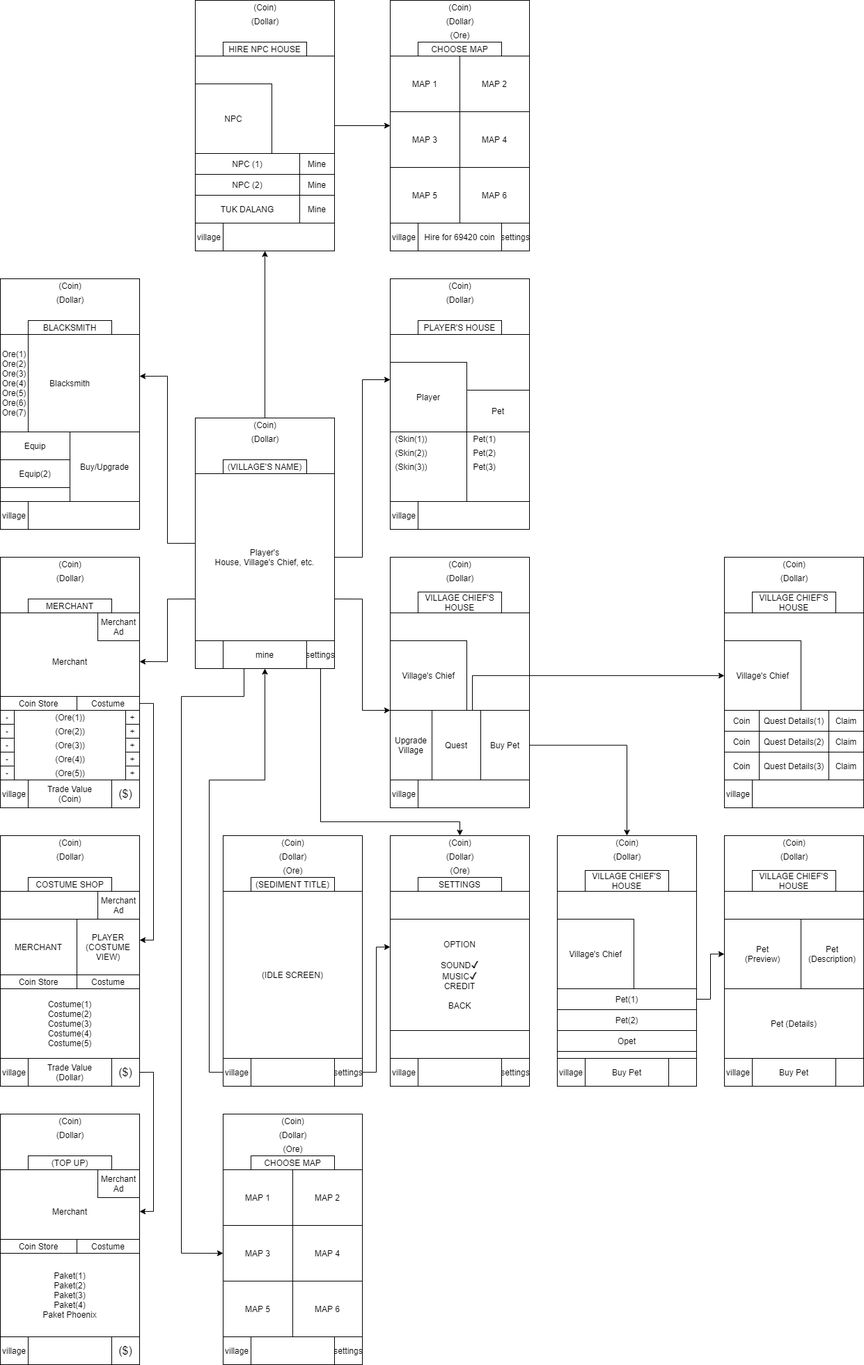
The draw.io diagram Assets/Images/Mining Idle Assets/UI Artist/Flow UI Drawio.png in exian1992/extralife-uajsi-2020-2, before a commit. Source tidied: cells renumbered, new cells last; positions are measured from the earlier drawing's top-left corner, leaving out a move shared by most shapes.
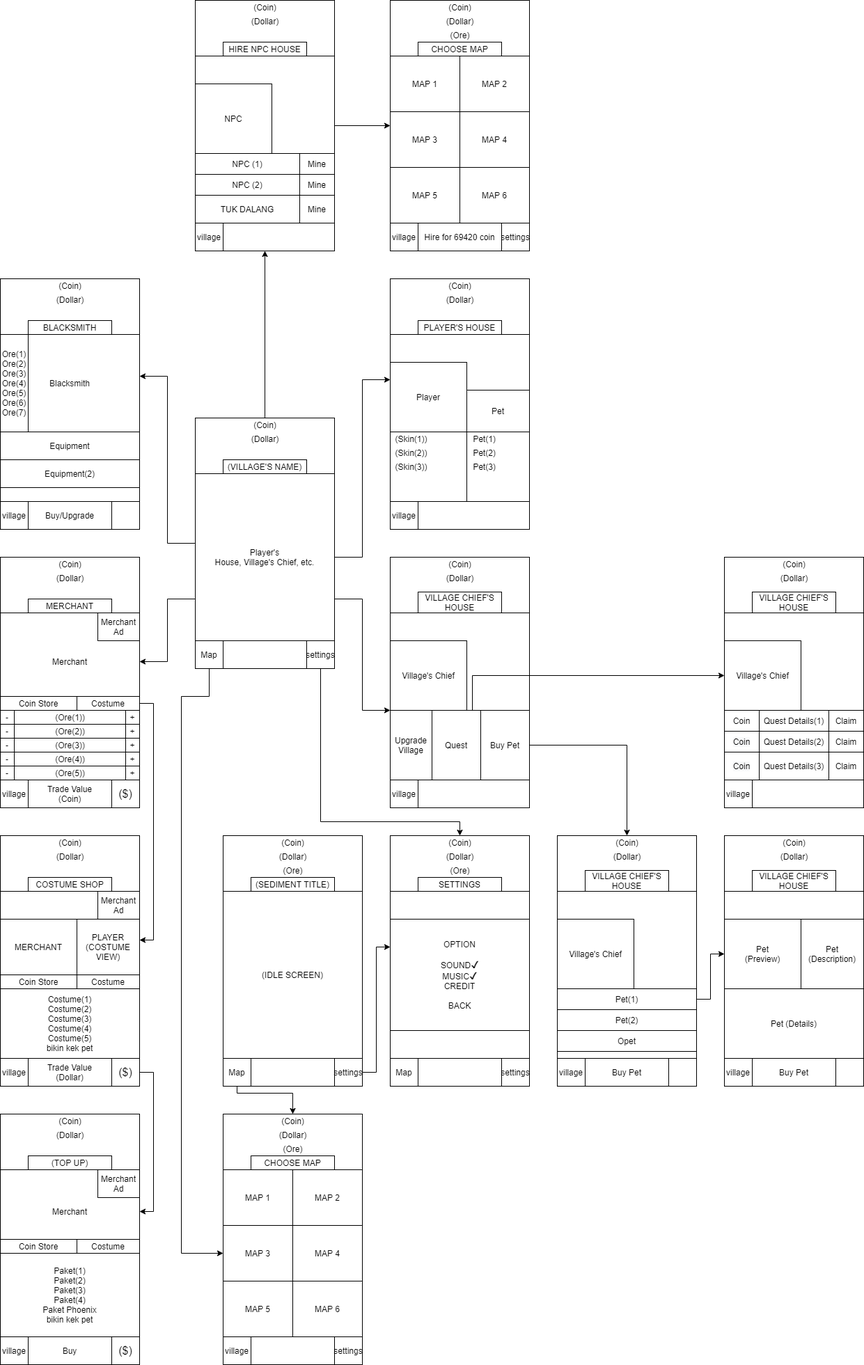
After the commit.

Diff of the diagram source:
```diff
@@ -17,16 +17,15 @@
     <mxCell id="6" value="settings" style="rounded=0;whiteSpace=wrap;html=1;" parent="1" vertex="1">
       <mxGeometry x="480" y="1520" width="40" height="40" as="geometry" />
     </mxCell>
-    <mxCell id="7" style="edgeStyle=orthogonalEdgeStyle;rounded=0;jettySize=auto;html=1;entryX=0.5;entryY=1;entryDx=0;entryDy=0;" parent="1" edge="1" source="8" target="10">
-      <mxGeometry relative="1" as="geometry">
-        <Array as="points">
-          <mxPoint x="300" y="1540" />
-          <mxPoint x="300" y="1120" />
-          <mxPoint x="380" y="1120" />
-        </Array>
-      </mxGeometry>
-    </mxCell>
+    <mxCell id="218" style="edgeStyle=orthogonalEdgeStyle;rounded=0;jettySize=auto;html=1;" parent="1" edge="1" source="8" target="100">
+      <mxGeometry relative="1" as="geometry">
+        <Array as="points">
+          <mxPoint x="340" y="1570" />
+          <mxPoint x="420" y="1570" />
+        </Array>
+      </mxGeometry>
+    </mxCell>
-    <mxCell id="8" value="village" style="rounded=0;whiteSpace=wrap;html=1;" parent="1" vertex="1">
+    <mxCell id="8" value="Map" style="rounded=0;whiteSpace=wrap;html=1;" parent="1" vertex="1">
       <mxGeometry x="320" y="1520" width="40" height="40" as="geometry" />
     </mxCell>
     <mxCell id="9" style="edgeStyle=orthogonalEdgeStyle;rounded=0;jettySize=auto;html=1;entryX=0.5;entryY=1;entryDx=0;entryDy=0;" parent="1" edge="1" source="10" target="190">
@@ -52,18 +51,17 @@
     <mxCell id="14" value="settings" style="rounded=0;whiteSpace=wrap;html=1;" parent="1" vertex="1">
       <mxGeometry x="440" y="920" width="40" height="40" as="geometry" />
     </mxCell>
-    <mxCell id="15" style="edgeStyle=orthogonalEdgeStyle;rounded=0;jettySize=auto;html=1;exitX=0.25;exitY=1;exitDx=0;exitDy=0;entryX=0;entryY=0.5;entryDx=0;entryDy=0;" parent="1" edge="1" source="16" target="105">
+    <mxCell id="15" style="edgeStyle=orthogonalEdgeStyle;rounded=0;jettySize=auto;html=1;exitX=0.25;exitY=1;exitDx=0;exitDy=0;entryX=0;entryY=0.5;entryDx=0;entryDy=0;" parent="1" edge="1" target="105">
       <mxGeometry relative="1" as="geometry">
+        <mxPoint x="350" y="960" as="sourcePoint" />
         <Array as="points">
-          <mxPoint x="350" y="1000" />
+          <mxPoint x="300" y="960" />
+          <mxPoint x="300" y="1000" />
           <mxPoint x="260" y="1000" />
           <mxPoint x="260" y="1800" />
         </Array>
       </mxGeometry>
     </mxCell>
-    <mxCell id="16" value="mine" style="rounded=0;whiteSpace=wrap;html=1;" parent="1" vertex="1">
-      <mxGeometry x="320" y="920" width="120" height="40" as="geometry" />
-    </mxCell>
     <mxCell id="17" style="edgeStyle=orthogonalEdgeStyle;rounded=0;jettySize=auto;html=1;entryX=1;entryY=0.25;entryDx=0;entryDy=0;" parent="1" edge="1" target="28">
       <mxGeometry relative="1" as="geometry">
         <mxPoint x="280" y="780" as="sourcePoint" />
@@ -126,10 +124,10 @@
       <mxGeometry y="620" width="200" height="100" as="geometry" />
     </mxCell>
     <mxCell id="34" value="Buy/Upgrade" style="rounded=0;whiteSpace=wrap;html=1;" parent="1" vertex="1">
-      <mxGeometry x="100" y="620" width="100" height="100" as="geometry" />
+      <mxGeometry x="40" y="720" width="120" height="40" as="geometry" />
     </mxCell>
-    <mxCell id="35" value="Equip" style="rounded=0;whiteSpace=wrap;html=1;" parent="1" vertex="1">
-      <mxGeometry y="620" width="100" height="40" as="geometry" />
+    <mxCell id="35" value="Equipment" style="rounded=0;whiteSpace=wrap;html=1;" parent="1" vertex="1">
+      <mxGeometry y="620" width="200" height="40" as="geometry" />
     </mxCell>
     <mxCell id="36" value="Blacksmith" style="rounded=0;whiteSpace=wrap;html=1;" parent="1" vertex="1">
       <mxGeometry y="480" width="200" height="140" as="geometry" />
@@ -158,15 +156,9 @@
     <mxCell id="44" value="(Ore(1))" style="text;html=1;align=center;verticalAlign=middle;" parent="1" vertex="1">
       <mxGeometry x="70" y="1020" width="60" height="20" as="geometry" />
     </mxCell>
-    <mxCell id="45" value="(Ore(2))" style="text;html=1;align=center;verticalAlign=middle;" parent="1" vertex="1">
-      <mxGeometry x="70" y="1040" width="60" height="20" as="geometry" />
-    </mxCell>
     <mxCell id="46" value="(Ore(3))" style="text;html=1;align=center;verticalAlign=middle;" parent="1" vertex="1">
       <mxGeometry x="70" y="1060" width="60" height="20" as="geometry" />
     </mxCell>
-    <mxCell id="47" value="(Ore(4))" style="text;html=1;align=center;verticalAlign=middle;" parent="1" vertex="1">
-      <mxGeometry x="70" y="1080" width="60" height="20" as="geometry" />
-    </mxCell>
     <mxCell id="48" value="(Ore(5))" style="text;html=1;align=center;verticalAlign=middle;" parent="1" vertex="1">
       <mxGeometry x="70" y="1100" width="60" height="20" as="geometry" />
     </mxCell>
@@ -297,7 +289,7 @@
     <mxCell id="89" value="settings" style="rounded=0;whiteSpace=wrap;html=1;" parent="1" vertex="1">
       <mxGeometry x="720" y="1520" width="40" height="40" as="geometry" />
     </mxCell>
-    <mxCell id="90" value="village" style="rounded=0;whiteSpace=wrap;html=1;" parent="1" vertex="1">
+    <mxCell id="90" value="Map" style="rounded=0;whiteSpace=wrap;html=1;" parent="1" vertex="1">
       <mxGeometry x="560" y="1520" width="40" height="40" as="geometry" />
     </mxCell>
     <mxCell id="91" value="(Coin)" style="text;html=1;align=center;verticalAlign=middle;points=[];" parent="1" vertex="1">
@@ -405,7 +397,7 @@
     <mxCell id="121" style="rounded=0;whiteSpace=wrap;html=1;" parent="1" vertex="1">
       <mxGeometry y="1820" width="200" height="100" as="geometry" />
     </mxCell>
-    <mxCell id="122" value="Paket(1)&lt;br&gt;Paket(2)&lt;br&gt;Paket(3)&lt;br&gt;Paket(4)&lt;br&gt;Paket Phoenix" style="rounded=0;whiteSpace=wrap;html=1;" parent="1" vertex="1">
+    <mxCell id="122" value="Paket(1)&lt;br&gt;Paket(2)&lt;br&gt;Paket(3)&lt;br&gt;Paket(4)&lt;br&gt;Paket Phoenix&lt;br&gt;bikin kek pet" style="rounded=0;whiteSpace=wrap;html=1;" parent="1" vertex="1">
       <mxGeometry y="1800" width="200" height="120" as="geometry" />
     </mxCell>
     <mxCell id="123" value="Merchant" style="rounded=0;whiteSpace=wrap;html=1;" parent="1" vertex="1">
@@ -438,7 +430,7 @@
     <mxCell id="132" style="rounded=0;whiteSpace=wrap;html=1;" parent="1" vertex="1">
       <mxGeometry y="1420" width="200" height="100" as="geometry" />
     </mxCell>
-    <mxCell id="133" value="Costume(1)&lt;br&gt;Costume(2)&lt;br&gt;Costume(3)&lt;br&gt;Costume(4)&lt;br&gt;Costume(5)" style="rounded=0;whiteSpace=wrap;html=1;" parent="1" vertex="1">
+    <mxCell id="133" value="Costume(1)&lt;br&gt;Costume(2)&lt;br&gt;Costume(3)&lt;br&gt;Costume(4)&lt;br&gt;Costume(5)&lt;br&gt;bikin kek pet" style="rounded=0;whiteSpace=wrap;html=1;" parent="1" vertex="1">
       <mxGeometry y="1420" width="200" height="100" as="geometry" />
     </mxCell>
     <mxCell id="134" value="MERCHANT" style="rounded=0;whiteSpace=wrap;html=1;" parent="1" vertex="1">
@@ -543,14 +535,14 @@
     <mxCell id="167" value="Opet" style="rounded=0;whiteSpace=wrap;html=1;" parent="1" vertex="1">
       <mxGeometry x="800" y="1480" width="200" height="30" as="geometry" />
     </mxCell>
-    <mxCell id="168" value="Equip(2)" style="rounded=0;whiteSpace=wrap;html=1;" parent="1" vertex="1">
-      <mxGeometry y="660" width="100" height="40" as="geometry" />
+    <mxCell id="168" value="Equipment(2)" style="rounded=0;whiteSpace=wrap;html=1;" parent="1" vertex="1">
+      <mxGeometry y="660" width="200" height="40" as="geometry" />
     </mxCell>
     <mxCell id="169" value="Ore(1)&lt;br&gt;Ore(2)&lt;br&gt;Ore(3)&lt;br&gt;Ore(4)&lt;br&gt;Ore(5)&lt;br&gt;Ore(6)&lt;br&gt;Ore(7)" style="rounded=0;whiteSpace=wrap;html=1;" parent="1" vertex="1">
       <mxGeometry y="480" width="40" height="140" as="geometry" />
     </mxCell>
     <mxCell id="170" style="rounded=0;whiteSpace=wrap;html=1;" parent="1" vertex="1">
-      <mxGeometry y="700" width="100" height="20" as="geometry" />
+      <mxGeometry y="700" width="200" height="20" as="geometry" />
     </mxCell>
     <mxCell id="171" style="rounded=0;whiteSpace=wrap;html=1;" parent="1" vertex="1">
       <mxGeometry x="1040" y="800" width="200" height="360" as="geometry" />
@@ -693,5 +685,23 @@
     <mxCell id="217" value="Hire for 69420 coin" style="rounded=0;whiteSpace=wrap;html=1;" parent="1" vertex="1">
       <mxGeometry x="600" y="320" width="120" height="40" as="geometry" />
     </mxCell>
+    <mxCell id="219" value="Map" style="rounded=0;whiteSpace=wrap;html=1;" parent="1" vertex="1">
+      <mxGeometry x="280" y="920" width="40" height="40" as="geometry" />
+    </mxCell>
+    <mxCell id="220" style="rounded=0;whiteSpace=wrap;html=1;" parent="1" vertex="1">
+      <mxGeometry x="20" y="1040" width="160" height="20" as="geometry" />
+    </mxCell>
+    <mxCell id="45" value="(Ore(2))" style="text;html=1;align=center;verticalAlign=middle;" parent="1" vertex="1">
+      <mxGeometry x="70" y="1040" width="60" height="20" as="geometry" />
+    </mxCell>
+    <mxCell id="221" style="rounded=0;whiteSpace=wrap;html=1;" parent="1" vertex="1">
+      <mxGeometry x="20" y="1080" width="160" height="20" as="geometry" />
+    </mxCell>
+    <mxCell id="47" value="(Ore(4))" style="text;html=1;align=center;verticalAlign=middle;" parent="1" vertex="1">
+      <mxGeometry x="70" y="1080" width="60" height="20" as="geometry" />
+    </mxCell>
+    <mxCell id="222" value="Buy" style="rounded=0;whiteSpace=wrap;html=1;" parent="1" vertex="1">
+      <mxGeometry x="40" y="1920" width="120" height="40" as="geometry" />
+    </mxCell>
   </root>
 </mxGraphModel>
```
